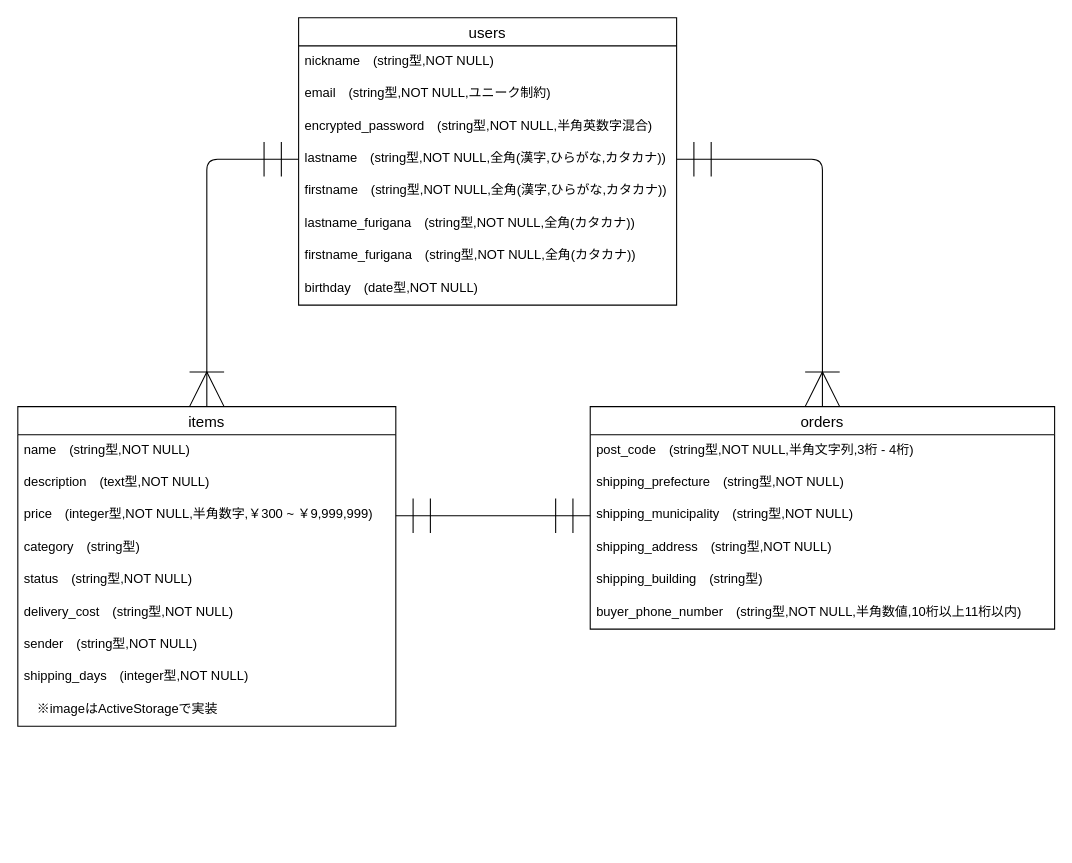
Above: furima-39571.dio in TechMishima/furima-39571 (draw.io), before the change. Source tidied: cells renumbered, new cells numbered last; positions are measured from the earlier drawing's top-left corner, leaving out a move shared by most shapes. Both pictures are drawn from the tidied source at 108%, with x=0, y=0 at pixel (17, 17).
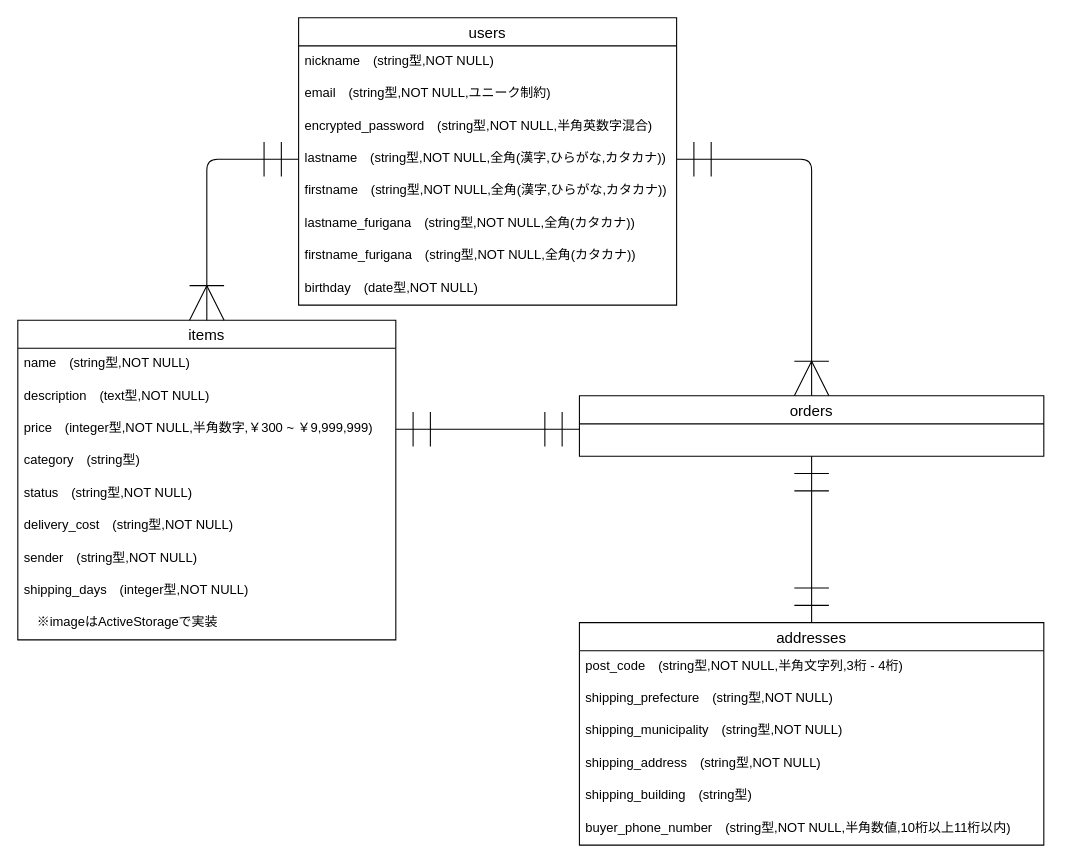
Above is the later version.

Commit message (it also covers changes not shown here):
データベース設計 修正1

Unchanged cells that the change refers to:
```xml
<mxCell id="6" value="lastname　(string型,NOT NULL,全角(漢字,ひらがな,カタカナ))" style="text;strokeColor=none;fillColor=none;spacingLeft=4;spacingRight=4;overflow=hidden;points=[[0,0.5],[1,0.5]];portConstraint=eastwest;fontSize=12;" parent="2" vertex="1">
  <mxGeometry y="116" width="350" height="30" as="geometry" />
</mxCell>
<mxCell id="14" value="price　(integer型,NOT NULL,半角数字,￥300 ~ ￥9,999,999)" style="text;strokeColor=none;fillColor=none;spacingLeft=4;spacingRight=4;overflow=hidden;points=[[0,0.5],[1,0.5]];portConstraint=eastwest;fontSize=12;" parent="11" vertex="1">
  <mxGeometry y="86" width="350" height="30" as="geometry" />
</mxCell>
```

What changed in the source:
```diff
@@
     <mxCell id="11" value="items" style="swimlane;fontStyle=0;horizontal=1;startSize=26;align=center;fontSize=14;" parent="1" vertex="1">
-      <mxGeometry y="360" width="350" height="296" as="geometry" />
+      <mxGeometry y="280" width="350" height="296" as="geometry" />
     </mxCell>
@@
     <mxCell id="21" value="orders" style="swimlane;fontStyle=0;horizontal=1;startSize=26;align=center;fontSize=14;" parent="1" vertex="1">
-      <mxGeometry x="530" y="360" width="430" height="206" as="geometry" />
+      <mxGeometry x="520" y="350" width="430" height="56" as="geometry" />
     </mxCell>
+    <mxCell id="28" style="edgeStyle=orthogonalEdgeStyle;fontSize=12;html=1;endArrow=ERoneToMany;startArrow=ERmandOne;exitX=1;exitY=0.5;exitDx=0;exitDy=0;entryX=0.5;entryY=0;entryDx=0;entryDy=0;strokeWidth=1;endSize=30;startSize=30;" parent="1" edge="1" source="6" target="21">
+      <mxGeometry relative="1" as="geometry" />
+    </mxCell>
+    <mxCell id="29" style="edgeStyle=orthogonalEdgeStyle;fontSize=12;html=1;endArrow=ERoneToMany;startArrow=ERmandOne;exitX=0;exitY=0.5;exitDx=0;exitDy=0;entryX=0.5;entryY=0;entryDx=0;entryDy=0;strokeWidth=1;endSize=30;startSize=30;" parent="1" edge="1" source="6" target="11">
+      <mxGeometry relative="1" as="geometry" />
+    </mxCell>
+    <mxCell id="30" style="edgeStyle=entityRelationEdgeStyle;fontSize=12;html=1;endArrow=ERmandOne;startArrow=ERmandOne;strokeWidth=1;startSize=30;endSize=30;entryX=0;entryY=0.167;entryDx=0;entryDy=0;exitX=1;exitY=0.5;exitDx=0;exitDy=0;entryPerimeter=0;" parent="1" edge="1" source="14">
+      <mxGeometry relative="1" as="geometry">
+        <mxPoint x="520" y="381" as="targetPoint" />
+      </mxGeometry>
+    </mxCell>
+    <mxCell id="31" value="addresses" style="swimlane;fontStyle=0;horizontal=1;startSize=26;align=center;fontSize=14;" parent="1" vertex="1">
+      <mxGeometry x="520" y="560" width="430" height="206" as="geometry" />
+    </mxCell>
-    <mxCell id="22" value="post_code　(string型,NOT NULL,半角文字列,3桁 - 4桁)" style="text;strokeColor=none;fillColor=none;spacingLeft=4;spacingRight=4;overflow=hidden;fontSize=12;" parent="21" vertex="1">
+    <mxCell id="22" value="post_code　(string型,NOT NULL,半角文字列,3桁 - 4桁)" style="text;strokeColor=none;fillColor=none;spacingLeft=4;spacingRight=4;overflow=hidden;fontSize=12;" parent="31" vertex="1">
       <mxGeometry y="26" width="430" height="30" as="geometry" />
     </mxCell>
-    <mxCell id="23" value="shipping_prefecture　(string型,NOT NULL)" style="text;strokeColor=none;fillColor=none;spacingLeft=4;spacingRight=4;overflow=hidden;fontSize=12;" parent="21" vertex="1">
+    <mxCell id="23" value="shipping_prefecture　(string型,NOT NULL)" style="text;strokeColor=none;fillColor=none;spacingLeft=4;spacingRight=4;overflow=hidden;fontSize=12;" parent="31" vertex="1">
       <mxGeometry y="56" width="430" height="30" as="geometry" />
     </mxCell>
-    <mxCell id="24" value="shipping_municipality　(string型,NOT NULL)" style="text;strokeColor=none;fillColor=none;spacingLeft=4;spacingRight=4;overflow=hidden;points=[[0,0.5],[1,0.5]];portConstraint=eastwest;fontSize=12;" parent="21" vertex="1">
+    <mxCell id="24" value="shipping_municipality　(string型,NOT NULL)" style="text;strokeColor=none;fillColor=none;spacingLeft=4;spacingRight=4;overflow=hidden;points=[[0,0.5],[1,0.5]];portConstraint=eastwest;fontSize=12;" parent="31" vertex="1">
       <mxGeometry y="86" width="430" height="30" as="geometry" />
     </mxCell>
-    <mxCell id="25" value="shipping_address　(string型,NOT NULL)" style="text;strokeColor=none;fillColor=none;spacingLeft=4;spacingRight=4;overflow=hidden;fontSize=12;" parent="21" vertex="1">
+    <mxCell id="25" value="shipping_address　(string型,NOT NULL)" style="text;strokeColor=none;fillColor=none;spacingLeft=4;spacingRight=4;overflow=hidden;fontSize=12;" parent="31" vertex="1">
       <mxGeometry y="116" width="430" height="30" as="geometry" />
     </mxCell>
-    <mxCell id="26" value="shipping_building　(string型)" style="text;strokeColor=none;fillColor=none;spacingLeft=4;spacingRight=4;overflow=hidden;fontSize=12;" parent="21" vertex="1">
+    <mxCell id="26" value="shipping_building　(string型)" style="text;strokeColor=none;fillColor=none;spacingLeft=4;spacingRight=4;overflow=hidden;fontSize=12;" parent="31" vertex="1">
       <mxGeometry y="146" width="430" height="30" as="geometry" />
     </mxCell>
-    <mxCell id="27" value="buyer_phone_number　(string型,NOT NULL,半角数値,10桁以上11桁以内)" style="text;strokeColor=none;fillColor=none;spacingLeft=4;spacingRight=4;overflow=hidden;fontSize=12;" parent="21" vertex="1">
+    <mxCell id="27" value="buyer_phone_number　(string型,NOT NULL,半角数値,10桁以上11桁以内)" style="text;strokeColor=none;fillColor=none;spacingLeft=4;spacingRight=4;overflow=hidden;fontSize=12;" parent="31" vertex="1">
       <mxGeometry y="176" width="430" height="30" as="geometry" />
     </mxCell>
-    <mxCell id="28" style="edgeStyle=orthogonalEdgeStyle;fontSize=12;html=1;endArrow=ERoneToMany;startArrow=ERmandOne;exitX=1;exitY=0.5;exitDx=0;exitDy=0;entryX=0.5;entryY=0;entryDx=0;entryDy=0;strokeWidth=1;endSize=30;startSize=30;" parent="1" edge="1" source="6" target="21">
-      <mxGeometry relative="1" as="geometry" />
-    </mxCell>
-    <mxCell id="29" style="edgeStyle=orthogonalEdgeStyle;fontSize=12;html=1;endArrow=ERoneToMany;startArrow=ERmandOne;exitX=0;exitY=0.5;exitDx=0;exitDy=0;entryX=0.5;entryY=0;entryDx=0;entryDy=0;strokeWidth=1;endSize=30;startSize=30;" parent="1" edge="1" source="6" target="11">
-      <mxGeometry relative="1" as="geometry" />
-    </mxCell>
-    <mxCell id="30" style="edgeStyle=entityRelationEdgeStyle;fontSize=12;html=1;endArrow=ERmandOne;startArrow=ERmandOne;strokeWidth=1;startSize=30;endSize=30;entryX=0;entryY=0.5;entryDx=0;entryDy=0;exitX=1;exitY=0.5;exitDx=0;exitDy=0;" parent="1" edge="1" source="14" target="24">
-      <mxGeometry relative="1" as="geometry" />
-    </mxCell>
+    <mxCell id="32" style="fontSize=12;html=1;endArrow=ERmandOne;startArrow=ERmandOne;strokeWidth=1;startSize=30;endSize=30;entryX=0.5;entryY=0;entryDx=0;entryDy=0;" parent="1" edge="1" target="31">
+      <mxGeometry relative="1" as="geometry">
+        <mxPoint x="735" y="406" as="sourcePoint" />
+      </mxGeometry>
+    </mxCell>
```
